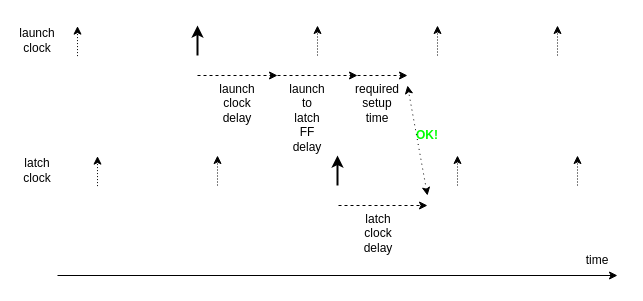
Above: page "check_setup_time" (9 of 16) of assets/io_timings/io_timings.drawio in tomverbeure/tomverbeure.github.io (draw.io), before the change. Source tidied: cells renumbered, new cells numbered last; positions are measured from the earlier drawing's top-left corner, leaving out a move shared by most shapes. Both pictures are drawn from the tidied source at 100%, with x=0, y=0 at pixel (17, 25).
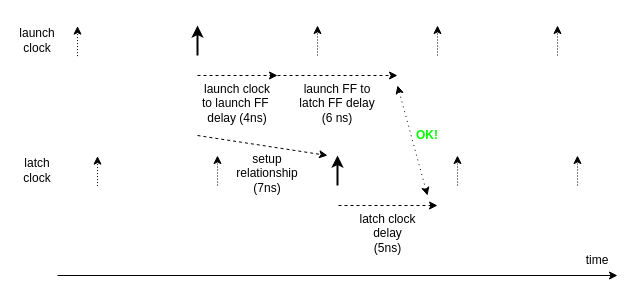
The same page after the edit.

Change to the diagram source:
```diff
@@
+    <mxCell id="26" value="setup relationship (7ns)" style="text;html=1;strokeColor=none;align=center;verticalAlign=top;whiteSpace=wrap;rounded=0;fillColor=#ffffff;" parent="1" vertex="1">
+      <mxGeometry x="210" y="120" width="80" height="50" as="geometry" />
+    </mxCell>
-    <mxCell id="2" value="launch clock delay" style="text;html=1;strokeColor=none;align=center;verticalAlign=top;whiteSpace=wrap;rounded=0;fillColor=#ffffff;" parent="1" vertex="1">
-      <mxGeometry x="200" y="50" width="40" height="50" as="geometry" />
+    <mxCell id="2" value="launch clock to launch FF&amp;nbsp; delay (4ns)" style="text;html=1;strokeColor=none;align=center;verticalAlign=top;whiteSpace=wrap;rounded=0;fillColor=#ffffff;" parent="1" vertex="1">
+      <mxGeometry x="180" y="50" width="80" height="50" as="geometry" />
     </mxCell>
-    <mxCell id="3" value="launch to latch FF delay" style="text;html=1;strokeColor=none;align=center;verticalAlign=top;whiteSpace=wrap;rounded=0;fillColor=#ffffff;" parent="1" vertex="1">
-      <mxGeometry x="270" y="50" width="40" height="50" as="geometry" />
+    <mxCell id="3" value="launch FF to latch FF delay (6 ns)" style="text;html=1;strokeColor=none;align=center;verticalAlign=top;whiteSpace=wrap;rounded=0;fillColor=#ffffff;" parent="1" vertex="1">
+      <mxGeometry x="280" y="50" width="80" height="50" as="geometry" />
     </mxCell>
-    <mxCell id="4" value="required setup time" style="text;html=1;strokeColor=none;align=center;verticalAlign=top;whiteSpace=wrap;rounded=0;fillColor=#ffffff;" parent="1" vertex="1">
-      <mxGeometry x="340" y="50" width="40" height="50" as="geometry" />
-    </mxCell>
@@
     <mxCell id="20" style="endArrow=classic;html=1;dashed=1;" parent="1" edge="1">
       <mxGeometry relative="1" as="geometry">
         <mxPoint x="260" y="50" as="sourcePoint" />
-        <mxPoint x="340" y="50" as="targetPoint" />
+        <mxPoint x="380" y="50" as="targetPoint" />
       </mxGeometry>
     </mxCell>
-    <mxCell id="21" style="endArrow=classic;html=1;dashed=1;" parent="1" edge="1">
-      <mxGeometry relative="1" as="geometry">
-        <mxPoint x="340" y="50" as="sourcePoint" />
-        <mxPoint x="390" y="50" as="targetPoint" />
-        <Array as="points">
-          <mxPoint x="360" y="50" />
-        </Array>
-      </mxGeometry>
-    </mxCell>
-    <mxCell id="22" value="latch clock delay" style="text;html=1;strokeColor=none;align=center;verticalAlign=top;whiteSpace=wrap;rounded=0;fillColor=#ffffff;" parent="1" vertex="1">
-      <mxGeometry x="341" y="180" width="40" height="50" as="geometry" />
+    <mxCell id="22" value="latch clock delay (5ns)" style="text;html=1;strokeColor=none;align=center;verticalAlign=top;whiteSpace=wrap;rounded=0;fillColor=#ffffff;" parent="1" vertex="1">
+      <mxGeometry x="341" y="180" width="59" height="50" as="geometry" />
     </mxCell>
     <mxCell id="23" style="endArrow=classic;html=1;dashed=1;" parent="1" edge="1">
       <mxGeometry relative="1" as="geometry">
         <mxPoint x="321" y="180" as="sourcePoint" />
-        <mxPoint x="410" y="180" as="targetPoint" />
+        <mxPoint x="420" y="180" as="targetPoint" />
       </mxGeometry>
     </mxCell>
@@
     <mxCell id="25" style="endArrow=classic;startArrow=classic;html=1;dashed=1;dashPattern=1 4;fontColor=#00FF00;strokeWidth=1;" parent="1" edge="1">
       <mxGeometry relative="1" as="geometry">
         <mxPoint x="410" y="170" as="sourcePoint" />
-        <mxPoint x="390" y="60" as="targetPoint" />
+        <mxPoint x="380" y="60" as="targetPoint" />
       </mxGeometry>
     </mxCell>
+    <mxCell id="27" style="endArrow=classic;startArrow=none;html=1;dashed=1;startFill=0;" parent="1" edge="1">
+      <mxGeometry x="-0.2" y="-12" relative="1" as="geometry">
+        <mxPoint x="180" y="110" as="sourcePoint" />
+        <mxPoint x="310" y="130" as="targetPoint" />
+      </mxGeometry>
+    </mxCell>
```
